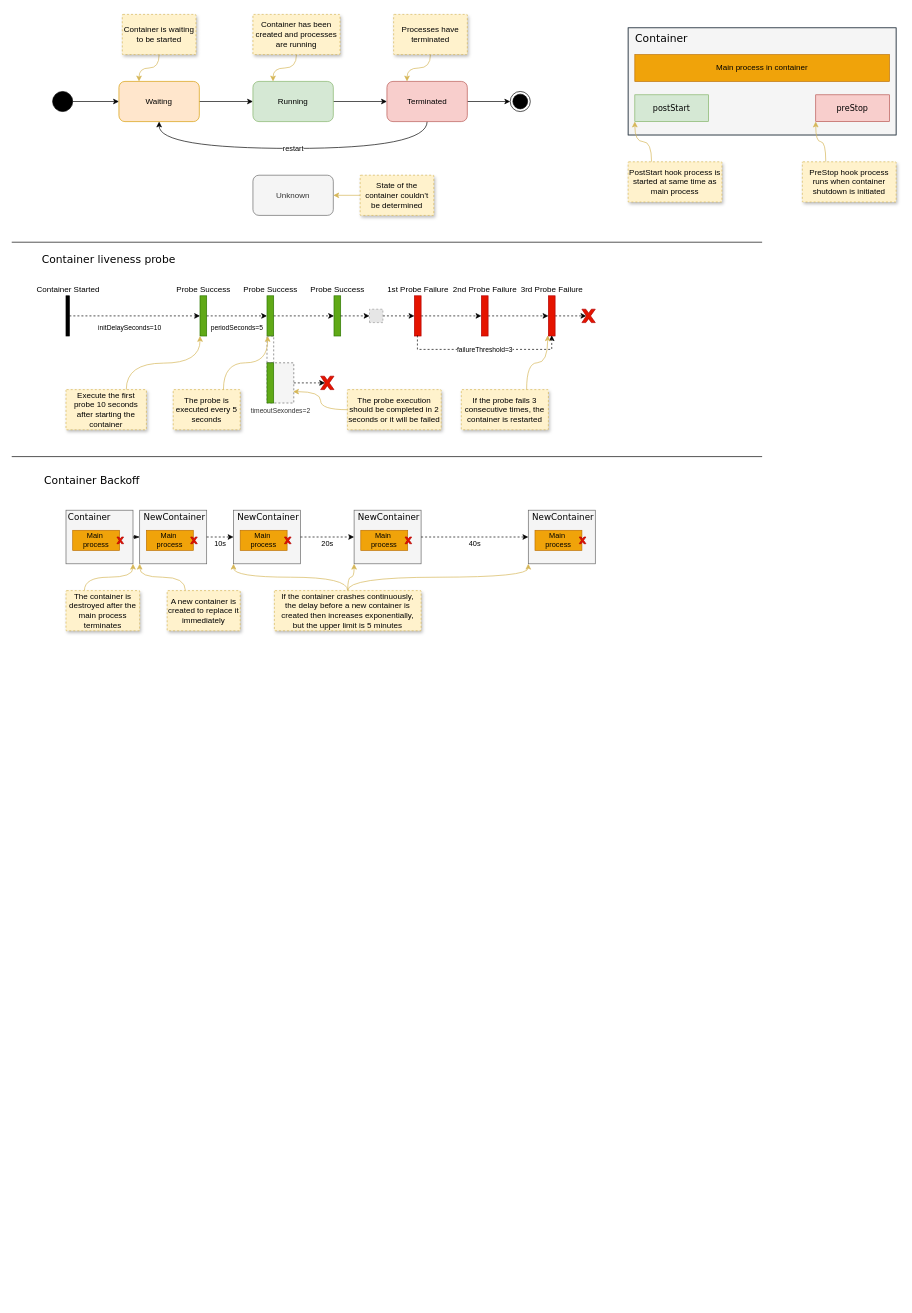
Earlier version of the draw.io diagram page "Container Lifecycle" (2 of 4) of st/k8s_common.drawio (gaivin/drawio). Source tidied: cells renumbered, new cells numbered last; positions are measured from the earlier drawing's top-left corner, leaving out a move shared by most shapes. Both pictures are drawn from the tidied source at 67%, with x=0, y=0 at pixel (11, 14). Pictures stored in the file or linked from it are replaced by grey dashed boxes.
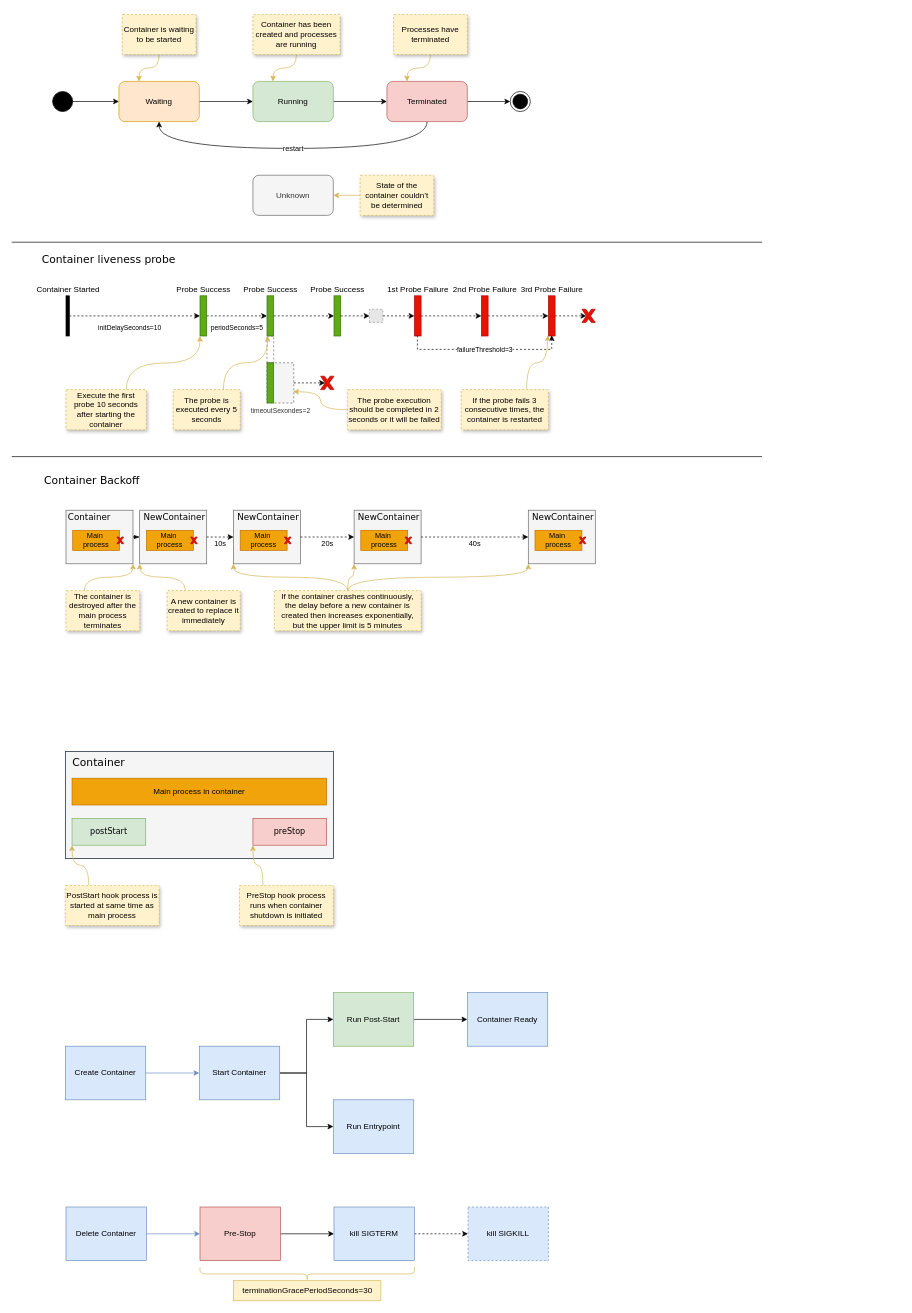
Above is the later version.

Change to the diagram source:
```diff
@@
-    <mxCell id="2" style="group;fillColor=#f5f5f5;fontColor=#333333;strokeColor=#666666;" parent="1" vertex="1">
-      <mxGeometry x="920" y="20" width="400" height="160" as="geometry" />
-    </mxCell>
-    <mxCell id="3" style="rounded=0;whiteSpace=wrap;html=1;fillColor=none;fontSize=13;labelPosition=center;verticalLabelPosition=middle;align=center;verticalAlign=middle;fontColor=#ffffff;strokeColor=#314354;" parent="2" vertex="1">
-      <mxGeometry width="400" height="160" as="geometry" />
-    </mxCell>
-    <mxCell id="4" value="Container" style="text;html=1;align=center;verticalAlign=middle;whiteSpace=wrap;rounded=0;fontSize=16;fontFamily=Verdana;" parent="2" vertex="1">
-      <mxGeometry x="10" y="1" width="80" height="30" as="geometry" />
-    </mxCell>
@@
-    <mxCell id="6" value="Main process in container" style="rounded=0;whiteSpace=wrap;html=1;fillColor=#f0a30a;fontColor=#000000;strokeColor=#BD7000;" parent="1" vertex="1">
-      <mxGeometry x="930" y="60" width="380" height="40" as="geometry" />
-    </mxCell>
-    <mxCell id="7" value="postStart" style="rounded=0;whiteSpace=wrap;html=1;fillColor=#d5e8d4;strokeColor=#82b366;fontFamily=Verdana;" parent="1" vertex="1">
-      <mxGeometry x="930" y="120" width="110" height="40" as="geometry" />
-    </mxCell>
-    <mxCell id="8" value="preStop" style="rounded=0;whiteSpace=wrap;html=1;fillColor=#f8cecc;strokeColor=#b85450;fontFamily=Verdana;" parent="1" vertex="1">
-      <mxGeometry x="1200" y="120" width="110" height="40" as="geometry" />
-    </mxCell>
-    <mxCell id="9" style="edgeStyle=orthogonalEdgeStyle;rounded=0;jettySize=auto;html=1;exitX=0.25;exitY=0;exitDx=0;exitDy=0;entryX=0;entryY=1;entryDx=0;entryDy=0;curved=1;fillColor=#fff2cc;strokeColor=#d6b656;" parent="1" edge="1" source="10" target="7">
-      <mxGeometry relative="1" as="geometry" />
-    </mxCell>
-    <mxCell id="10" value="PostStart hook process is started at same time as main process" style="strokeColor=#d6b656;shadow=1;strokeWidth=1;rounded=1;absoluteArcSize=1;arcSize=2;fillColor=#fff2cc;dashed=1;whiteSpace=wrap;" parent="1" vertex="1">
-      <mxGeometry x="920" y="220" width="140" height="60" as="geometry" />
-    </mxCell>
-    <mxCell id="11" style="edgeStyle=orthogonalEdgeStyle;rounded=0;jettySize=auto;html=1;exitX=0.25;exitY=0;exitDx=0;exitDy=0;entryX=0;entryY=1;entryDx=0;entryDy=0;curved=1;fillColor=#fff2cc;strokeColor=#d6b656;" parent="1" edge="1" source="12" target="8">
-      <mxGeometry relative="1" as="geometry" />
-    </mxCell>
-    <mxCell id="12" value="PreStop hook process runs when container shutdown is initiated" style="strokeColor=#d6b656;shadow=1;strokeWidth=1;rounded=1;absoluteArcSize=1;arcSize=2;fillColor=#fff2cc;dashed=1;whiteSpace=wrap;" parent="1" vertex="1">
-      <mxGeometry x="1180" y="220" width="140" height="60" as="geometry" />
-    </mxCell>
@@
+    <mxCell id="105" style="group;fillColor=#f5f5f5;fontColor=#333333;strokeColor=#666666;" parent="1" vertex="1">
+      <mxGeometry x="80" y="1100" width="400" height="160" as="geometry" />
+    </mxCell>
+    <mxCell id="3" style="rounded=0;whiteSpace=wrap;html=1;fillColor=none;fontSize=13;labelPosition=center;verticalLabelPosition=middle;align=center;verticalAlign=middle;fontColor=#ffffff;strokeColor=#314354;" parent="105" vertex="1">
+      <mxGeometry width="400" height="160" as="geometry" />
+    </mxCell>
+    <mxCell id="4" value="Container" style="text;html=1;align=center;verticalAlign=middle;whiteSpace=wrap;rounded=0;fontSize=16;fontFamily=Verdana;" parent="105" vertex="1">
+      <mxGeometry x="10" y="1" width="80" height="30" as="geometry" />
+    </mxCell>
+    <mxCell id="6" value="Main process in container" style="rounded=0;whiteSpace=wrap;html=1;fillColor=#f0a30a;fontColor=#000000;strokeColor=#BD7000;" parent="1" vertex="1">
+      <mxGeometry x="90" y="1140" width="380" height="40" as="geometry" />
+    </mxCell>
+    <mxCell id="7" value="postStart" style="rounded=0;whiteSpace=wrap;html=1;fillColor=#d5e8d4;strokeColor=#82b366;fontFamily=Verdana;" parent="1" vertex="1">
+      <mxGeometry x="90" y="1200" width="110" height="40" as="geometry" />
+    </mxCell>
+    <mxCell id="8" value="preStop" style="rounded=0;whiteSpace=wrap;html=1;fillColor=#f8cecc;strokeColor=#b85450;fontFamily=Verdana;" parent="1" vertex="1">
+      <mxGeometry x="360" y="1200" width="110" height="40" as="geometry" />
+    </mxCell>
+    <mxCell id="9" style="edgeStyle=orthogonalEdgeStyle;rounded=0;jettySize=auto;html=1;exitX=0.25;exitY=0;exitDx=0;exitDy=0;entryX=0;entryY=1;entryDx=0;entryDy=0;curved=1;fillColor=#fff2cc;strokeColor=#d6b656;" parent="1" edge="1" source="10" target="7">
+      <mxGeometry relative="1" as="geometry" />
+    </mxCell>
+    <mxCell id="10" value="PostStart hook process is started at same time as main process" style="strokeColor=#d6b656;shadow=1;strokeWidth=1;rounded=1;absoluteArcSize=1;arcSize=2;fillColor=#fff2cc;dashed=1;whiteSpace=wrap;" parent="1" vertex="1">
+      <mxGeometry x="80" y="1300" width="140" height="60" as="geometry" />
+    </mxCell>
+    <mxCell id="11" style="edgeStyle=orthogonalEdgeStyle;rounded=0;jettySize=auto;html=1;exitX=0.25;exitY=0;exitDx=0;exitDy=0;entryX=0;entryY=1;entryDx=0;entryDy=0;curved=1;fillColor=#fff2cc;strokeColor=#d6b656;" parent="1" edge="1" source="12" target="8">
+      <mxGeometry relative="1" as="geometry" />
+    </mxCell>
+    <mxCell id="12" value="PreStop hook process runs when container shutdown is initiated" style="strokeColor=#d6b656;shadow=1;strokeWidth=1;rounded=1;absoluteArcSize=1;arcSize=2;fillColor=#fff2cc;dashed=1;whiteSpace=wrap;" parent="1" vertex="1">
+      <mxGeometry x="340" y="1300" width="140" height="60" as="geometry" />
+    </mxCell>
+    <mxCell id="106" style="edgeStyle=orthogonalEdgeStyle;rounded=0;jettySize=auto;html=1;fillColor=#dae8fc;strokeColor=#6c8ebf;" parent="1" edge="1" source="107" target="110">
+      <mxGeometry relative="1" as="geometry" />
+    </mxCell>
+    <mxCell id="107" value="Create Container" style="rounded=0;whiteSpace=wrap;html=1;fillColor=#dae8fc;strokeColor=#6c8ebf;" parent="1" vertex="1">
+      <mxGeometry x="80" y="1540" width="120" height="80" as="geometry" />
+    </mxCell>
+    <mxCell id="108" style="edgeStyle=orthogonalEdgeStyle;rounded=0;jettySize=auto;html=1;exitX=1;exitY=0.5;exitDx=0;exitDy=0;" parent="1" edge="1" source="110" target="111">
+      <mxGeometry relative="1" as="geometry" />
+    </mxCell>
+    <mxCell id="109" style="edgeStyle=orthogonalEdgeStyle;rounded=0;jettySize=auto;html=1;entryX=0;entryY=0.5;entryDx=0;entryDy=0;" parent="1" edge="1" source="110" target="113">
+      <mxGeometry relative="1" as="geometry" />
+    </mxCell>
+    <mxCell id="110" value="Start Container" style="rounded=0;whiteSpace=wrap;html=1;fillColor=#dae8fc;strokeColor=#6c8ebf;" parent="1" vertex="1">
+      <mxGeometry x="280" y="1540" width="120" height="80" as="geometry" />
+    </mxCell>
+    <mxCell id="111" value="Run Entrypoint" style="rounded=0;whiteSpace=wrap;html=1;fillColor=#dae8fc;strokeColor=#6c8ebf;" parent="1" vertex="1">
+      <mxGeometry x="480" y="1620" width="120" height="80" as="geometry" />
+    </mxCell>
+    <mxCell id="112" style="edgeStyle=orthogonalEdgeStyle;rounded=0;jettySize=auto;html=1;" parent="1" edge="1" source="113" target="114">
+      <mxGeometry relative="1" as="geometry" />
+    </mxCell>
+    <mxCell id="113" value="Run Post-Start" style="rounded=0;whiteSpace=wrap;html=1;fillColor=#d5e8d4;strokeColor=#82b366;" parent="1" vertex="1">
+      <mxGeometry x="480" y="1460" width="120" height="80" as="geometry" />
+    </mxCell>
+    <mxCell id="114" value="Container Ready" style="rounded=0;whiteSpace=wrap;html=1;fillColor=#dae8fc;strokeColor=#6c8ebf;" parent="1" vertex="1">
+      <mxGeometry x="680" y="1460" width="120" height="80" as="geometry" />
+    </mxCell>
+    <mxCell id="115" style="edgeStyle=orthogonalEdgeStyle;rounded=0;jettySize=auto;html=1;fillColor=#dae8fc;strokeColor=#6c8ebf;" parent="1" edge="1" source="116" target="118">
+      <mxGeometry relative="1" as="geometry" />
+    </mxCell>
+    <mxCell id="116" value="Delete Container" style="rounded=0;whiteSpace=wrap;html=1;fillColor=#dae8fc;strokeColor=#6c8ebf;" parent="1" vertex="1">
+      <mxGeometry x="81" y="1780" width="120" height="80" as="geometry" />
+    </mxCell>
+    <mxCell id="117" style="edgeStyle=orthogonalEdgeStyle;rounded=0;jettySize=auto;html=1;entryX=0;entryY=0.5;entryDx=0;entryDy=0;" parent="1" edge="1" source="118" target="120">
+      <mxGeometry relative="1" as="geometry" />
+    </mxCell>
+    <mxCell id="118" value="Pre-Stop" style="rounded=0;whiteSpace=wrap;html=1;fillColor=#f8cecc;strokeColor=#b85450;" parent="1" vertex="1">
+      <mxGeometry x="281" y="1780" width="120" height="80" as="geometry" />
+    </mxCell>
+    <mxCell id="119" style="edgeStyle=orthogonalEdgeStyle;rounded=0;jettySize=auto;html=1;dashed=1;" parent="1" edge="1" source="120" target="121">
+      <mxGeometry relative="1" as="geometry" />
+    </mxCell>
+    <mxCell id="120" value="kill SIGTERM" style="rounded=0;whiteSpace=wrap;html=1;fillColor=#dae8fc;strokeColor=#6c8ebf;" parent="1" vertex="1">
+      <mxGeometry x="481" y="1780" width="120" height="80" as="geometry" />
+    </mxCell>
+    <mxCell id="121" value="kill SIGKILL" style="rounded=0;whiteSpace=wrap;html=1;fillColor=#dae8fc;strokeColor=#6c8ebf;dashed=1;" parent="1" vertex="1">
+      <mxGeometry x="681" y="1780" width="120" height="80" as="geometry" />
+    </mxCell>
+    <mxCell id="122" style="shape=curlyBracket;whiteSpace=wrap;html=1;rounded=1;labelPosition=left;verticalLabelPosition=middle;align=right;verticalAlign=middle;rotation=-90;fillColor=#fff2cc;strokeColor=#d6b656;" parent="1" vertex="1">
+      <mxGeometry x="431" y="1720" width="20" height="320" as="geometry" />
+    </mxCell>
+    <mxCell id="123" value="terminationGracePeriodSeconds=30" style="text;html=1;align=center;verticalAlign=middle;strokeColor=#d6b656;fillColor=#fff2cc;" parent="1" vertex="1">
+      <mxGeometry x="331" y="1890" width="220" height="30" as="geometry" />
+    </mxCell>
```
